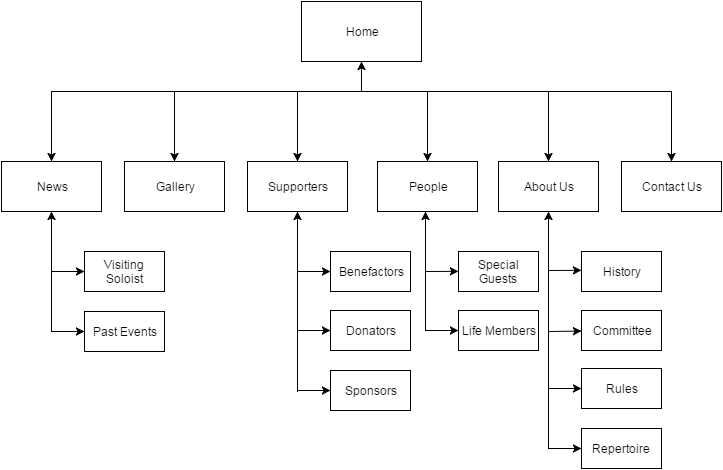
Earlier version of the draw.io export Flowchart.png (garethmullins/Orchestra-Assignment). Source tidied: cells renumbered, new cells last; positions are measured from the earlier drawing's top-left corner, leaving out a move shared by most shapes.
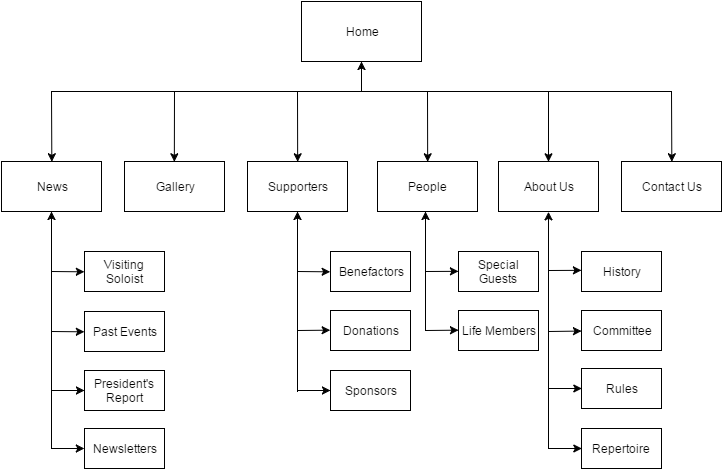
Above is the later version.

What changed in the source:
```diff
@@ -92,7 +92,7 @@
     <mxCell id="23" value="Committee" style="whiteSpace=wrap;html=1;rotation=0;" parent="1" vertex="1">
       <mxGeometry x="580" y="309" width="80" height="40" as="geometry" />
     </mxCell>
-    <mxCell id="24" value="Donators" style="whiteSpace=wrap;html=1;" parent="1" vertex="1">
+    <mxCell id="24" value="Donations" style="whiteSpace=wrap;html=1;" parent="1" vertex="1">
       <mxGeometry x="329" y="309" width="80" height="40" as="geometry" />
     </mxCell>
     <mxCell id="25" style="endArrow=classic;html=1;entryX=0;entryY=0.5;" parent="1" edge="1" target="24">
@@ -119,7 +119,7 @@
     </mxCell>
     <mxCell id="30" style="endArrow=classic;html=1;entryX=0.5;entryY=1;" parent="1" edge="1">
       <mxGeometry x="98" y="410" as="geometry">
-        <mxPoint x="50" y="330" as="sourcePoint" />
+        <mxPoint x="50" y="447" as="sourcePoint" />
         <mxPoint x="50" y="210" as="targetPoint" />
       </mxGeometry>
     </mxCell>
@@ -183,5 +183,22 @@
         <mxPoint x="547" y="387" as="sourcePoint" />
       </mxGeometry>
     </mxCell>
+    <mxCell id="45" value="President's Report" style="whiteSpace=wrap;html=1;rotation=0;" parent="1" vertex="1">
+      <mxGeometry x="83" y="369" width="80" height="40" as="geometry" />
+    </mxCell>
+    <mxCell id="46" value="Newsletters" style="whiteSpace=wrap;html=1;rotation=0;" parent="1" vertex="1">
+      <mxGeometry x="83" y="427" width="80" height="40" as="geometry" />
+    </mxCell>
+    <mxCell id="47" style="endArrow=classic;html=1;" parent="1" edge="1">
+      <mxGeometry x="108" y="610" as="geometry">
+        <mxPoint x="50" y="389" as="sourcePoint" />
+        <mxPoint x="83" y="389" as="targetPoint" />
+      </mxGeometry>
+    </mxCell>
+    <mxCell id="48" style="endArrow=classic;html=1;entryX=0;entryY=0.5;" parent="1" edge="1" target="46">
+      <mxGeometry x="118" y="620" as="geometry">
+        <mxPoint x="50" y="447" as="sourcePoint" />
+      </mxGeometry>
+    </mxCell>
   </root>
 </mxGraphModel>
```
